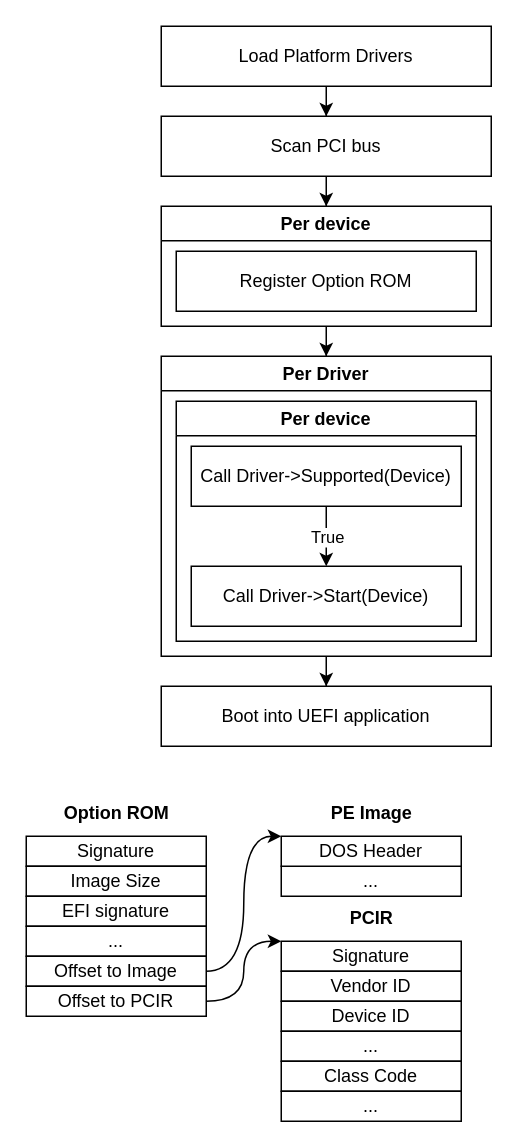
The draw.io diagram page "Page-1" (1 of 2) of blog/raw/option-rom/drawings.drawio in DavidVentura/blog, before the edit. Source tidied: cells renumbered, new cells numbered last; positions are measured from the earlier drawing's top-left corner, leaving out a move shared by most shapes. Both pictures are drawn from the tidied source at 150%, with x=0, y=0 at pixel (26, 26).
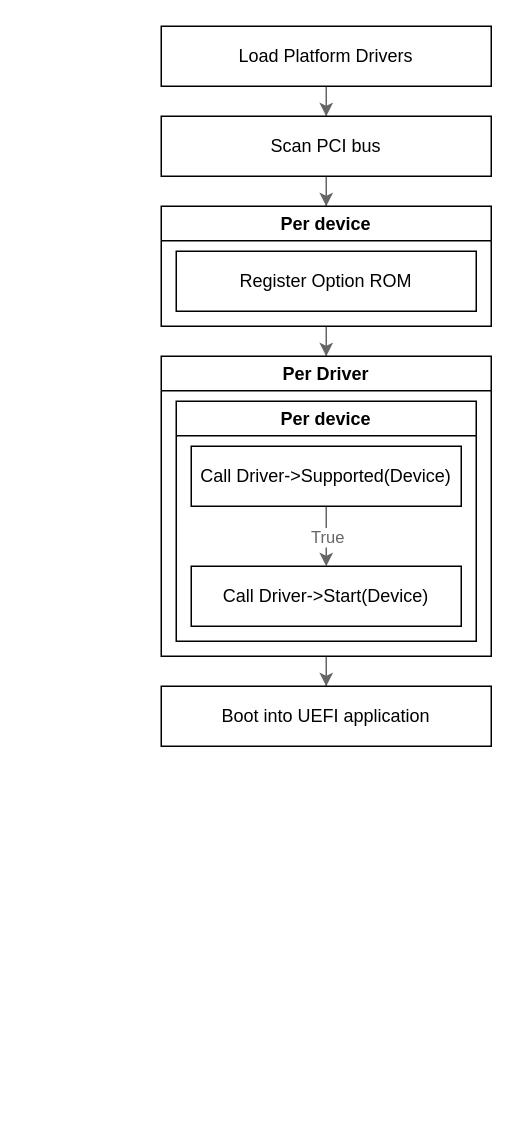
Above is the later version.

The change refers to these unchanged cells:
```xml
<mxCell id="27" value="Scan PCI bus" style="rounded=0;whiteSpace=wrap;html=1;" parent="1" vertex="1">
  <mxGeometry x="90" y="60" width="220" height="40" as="geometry" />
</mxCell>
<mxCell id="29" value="Per device" style="swimlane;whiteSpace=wrap;html=1;" parent="1" vertex="1">
  <mxGeometry x="90" y="120" width="220" height="80" as="geometry" />
</mxCell>
<mxCell id="32" value="Per Driver" style="swimlane;whiteSpace=wrap;html=1;" parent="1" vertex="1">
  <mxGeometry x="90" y="220" width="220" height="200" as="geometry" />
</mxCell>
<mxCell id="33" value="Per device" style="swimlane;whiteSpace=wrap;html=1;" parent="32" vertex="1">
  <mxGeometry x="10" y="30" width="200" height="160" as="geometry" />
</mxCell>
<mxCell id="36" value="Call Driver-&amp;gt;Supported(Device)" style="rounded=0;whiteSpace=wrap;html=1;" parent="33" vertex="1">
  <mxGeometry x="10" y="30" width="180" height="40" as="geometry" />
</mxCell>
<mxCell id="37" value="Call Driver-&amp;gt;Start(Device)" style="rounded=0;whiteSpace=wrap;html=1;" parent="33" vertex="1">
  <mxGeometry x="10" y="110" width="180" height="40" as="geometry" />
</mxCell>
<mxCell id="38" value="Boot into UEFI application" style="rounded=0;whiteSpace=wrap;html=1;" parent="1" vertex="1">
  <mxGeometry x="90" y="440" width="220" height="40" as="geometry" />
</mxCell>
```

The edit, as a diff of the source:
```diff
@@
-    <mxCell id="2" style="group;" parent="1" vertex="1">
-      <mxGeometry y="540" width="120" height="120" as="geometry" />
-    </mxCell>
-    <mxCell id="3" value="Signature" style="rounded=0;whiteSpace=wrap;html=1;" parent="2" vertex="1">
-      <mxGeometry width="120" height="20" as="geometry" />
-    </mxCell>
-    <mxCell id="4" value="Image Size" style="rounded=0;whiteSpace=wrap;html=1;" parent="2" vertex="1">
-      <mxGeometry y="20" width="120" height="20" as="geometry" />
-    </mxCell>
-    <mxCell id="5" value="EFI signature" style="rounded=0;whiteSpace=wrap;html=1;" parent="2" vertex="1">
-      <mxGeometry y="40" width="120" height="20" as="geometry" />
-    </mxCell>
-    <mxCell id="6" value="..." style="rounded=0;whiteSpace=wrap;html=1;" parent="2" vertex="1">
-      <mxGeometry y="60" width="120" height="20" as="geometry" />
-    </mxCell>
-    <mxCell id="7" value="Offset to Image" style="rounded=0;whiteSpace=wrap;html=1;" parent="2" vertex="1">
-      <mxGeometry y="80" width="120" height="20" as="geometry" />
-    </mxCell>
-    <mxCell id="8" value="Offset to PCIR" style="rounded=0;whiteSpace=wrap;html=1;" parent="2" vertex="1">
-      <mxGeometry y="100" width="120" height="20" as="geometry" />
-    </mxCell>
-    <mxCell id="9" value="Option ROM" style="text;html=1;align=center;verticalAlign=middle;strokeColor=none;fillColor=none;fontStyle=1;" parent="1" vertex="1">
-      <mxGeometry x="15" y="510" width="90" height="30" as="geometry" />
-    </mxCell>
-    <mxCell id="10" style="group;" parent="1" vertex="1">
-      <mxGeometry x="170" y="580" width="120" height="150" as="geometry" />
-    </mxCell>
-    <mxCell id="11" value="Signature" style="rounded=0;whiteSpace=wrap;html=1;" parent="10" vertex="1">
-      <mxGeometry y="30" width="120" height="20" as="geometry" />
-    </mxCell>
-    <mxCell id="12" value="PCIR" style="text;html=1;align=center;verticalAlign=middle;strokeColor=none;fillColor=none;fontStyle=1;" parent="10" vertex="1">
-      <mxGeometry x="35" width="50" height="30" as="geometry" />
-    </mxCell>
-    <mxCell id="13" value="Vendor ID" style="rounded=0;whiteSpace=wrap;html=1;" parent="10" vertex="1">
-      <mxGeometry y="50" width="120" height="20" as="geometry" />
-    </mxCell>
-    <mxCell id="14" value="Device ID" style="rounded=0;whiteSpace=wrap;html=1;" parent="10" vertex="1">
-      <mxGeometry y="70" width="120" height="20" as="geometry" />
-    </mxCell>
-    <mxCell id="15" value="..." style="rounded=0;whiteSpace=wrap;html=1;" parent="10" vertex="1">
-      <mxGeometry y="90" width="120" height="20" as="geometry" />
-    </mxCell>
-    <mxCell id="16" value="Class Code" style="rounded=0;whiteSpace=wrap;html=1;" parent="10" vertex="1">
-      <mxGeometry y="110" width="120" height="20" as="geometry" />
-    </mxCell>
-    <mxCell id="17" value="..." style="rounded=0;whiteSpace=wrap;html=1;" parent="10" vertex="1">
-      <mxGeometry y="130" width="120" height="20" as="geometry" />
-    </mxCell>
-    <mxCell id="18" style="group;" parent="1" vertex="1">
-      <mxGeometry x="170" y="510" width="120" height="70" as="geometry" />
-    </mxCell>
-    <mxCell id="19" value="..." style="rounded=0;whiteSpace=wrap;html=1;" parent="18" vertex="1">
-      <mxGeometry y="50" width="120" height="20" as="geometry" />
-    </mxCell>
-    <mxCell id="20" value="DOS Header" style="rounded=0;whiteSpace=wrap;html=1;" parent="18" vertex="1">
-      <mxGeometry y="30" width="120" height="20" as="geometry" />
-    </mxCell>
-    <mxCell id="21" value="PE Image" style="text;html=1;align=center;verticalAlign=middle;strokeColor=none;fillColor=none;fontStyle=1;" parent="18" vertex="1">
-      <mxGeometry x="20" width="80" height="30" as="geometry" />
-    </mxCell>
-    <mxCell id="22" style="edgeStyle=orthogonalEdgeStyle;rounded=0;jettySize=auto;html=1;curved=1;entryX=0;entryY=0;entryDx=0;entryDy=0;" parent="1" edge="1" source="7" target="20">
-      <mxGeometry relative="1" as="geometry">
-        <Array as="points">
-          <mxPoint x="145" y="630" />
-          <mxPoint x="145" y="540" />
-        </Array>
-      </mxGeometry>
-    </mxCell>
-    <mxCell id="23" style="edgeStyle=orthogonalEdgeStyle;rounded=0;jettySize=auto;html=1;curved=1;entryX=0;entryY=0;entryDx=0;entryDy=0;" parent="1" edge="1" source="8" target="11">
-      <mxGeometry relative="1" as="geometry">
-        <Array as="points">
-          <mxPoint x="145" y="650" />
-          <mxPoint x="145" y="610" />
-        </Array>
-      </mxGeometry>
-    </mxCell>
-    <mxCell id="24" style="edgeStyle=orthogonalEdgeStyle;rounded=0;jettySize=auto;html=1;entryX=0.5;entryY=0;entryDx=0;entryDy=0;" parent="1" edge="1" source="25" target="27">
+    <mxCell id="24" style="edgeStyle=orthogonalEdgeStyle;rounded=0;jettySize=auto;html=1;entryX=0.5;entryY=0;entryDx=0;entryDy=0;labelBackgroundColor=default;fillColor=#f5f5f5;strokeColor=#666666;" parent="1" edge="1" source="25" target="27">
       <mxGeometry relative="1" as="geometry" />
     </mxCell>
-    <mxCell id="25" value="Load Platform Drivers" style="rounded=0;whiteSpace=wrap;html=1;" parent="1" vertex="1">
+    <mxCell id="25" value="Load Platform Drivers" style="rounded=0;whiteSpace=wrap;html=1;fontColor=#000000;" parent="1" vertex="1">
       <mxGeometry x="90" width="220" height="40" as="geometry" />
     </mxCell>
-    <mxCell id="26" style="edgeStyle=orthogonalEdgeStyle;rounded=0;jettySize=auto;html=1;entryX=0.5;entryY=0;entryDx=0;entryDy=0;" parent="1" edge="1" source="27" target="29">
+    <mxCell id="26" style="edgeStyle=orthogonalEdgeStyle;rounded=0;jettySize=auto;html=1;entryX=0.5;entryY=0;entryDx=0;entryDy=0;labelBackgroundColor=default;fillColor=#f5f5f5;strokeColor=#666666;" parent="1" edge="1" source="27" target="29">
       <mxGeometry relative="1" as="geometry" />
     </mxCell>
@@
-    <mxCell id="28" style="edgeStyle=orthogonalEdgeStyle;rounded=0;jettySize=auto;html=1;entryX=0.5;entryY=0;entryDx=0;entryDy=0;" parent="1" edge="1" source="29" target="32">
+    <mxCell id="28" style="edgeStyle=orthogonalEdgeStyle;rounded=0;jettySize=auto;html=1;entryX=0.5;entryY=0;entryDx=0;entryDy=0;labelBackgroundColor=default;fillColor=#f5f5f5;strokeColor=#666666;" parent="1" edge="1" source="29" target="32">
       <mxGeometry relative="1" as="geometry" />
     </mxCell>
@@
-    <mxCell id="31" style="edgeStyle=orthogonalEdgeStyle;rounded=0;jettySize=auto;html=1;" parent="1" edge="1" source="32" target="38">
+    <mxCell id="31" style="edgeStyle=orthogonalEdgeStyle;rounded=0;jettySize=auto;html=1;labelBackgroundColor=default;fillColor=#f5f5f5;strokeColor=#666666;" parent="1" edge="1" source="32" target="38">
       <mxGeometry relative="1" as="geometry" />
     </mxCell>
@@
-    <mxCell id="34" style="edgeStyle=orthogonalEdgeStyle;rounded=0;jettySize=auto;html=1;" parent="33" edge="1" source="36" target="37">
+    <mxCell id="34" style="edgeStyle=orthogonalEdgeStyle;rounded=0;jettySize=auto;html=1;labelBackgroundColor=default;fillColor=#f5f5f5;strokeColor=#666666;" parent="33" edge="1" source="36" target="37">
       <mxGeometry relative="1" as="geometry" />
     </mxCell>
-    <mxCell id="35" value="True" style="edgeLabel;html=1;align=center;verticalAlign=middle;" parent="34" vertex="1">
+    <mxCell id="35" value="True" style="edgeLabel;html=1;align=center;verticalAlign=middle;labelBackgroundColor=default;fontColor=#666666;" parent="34" vertex="1">
       <mxGeometry x="-0.01" relative="1" as="geometry" />
     </mxCell>
```
